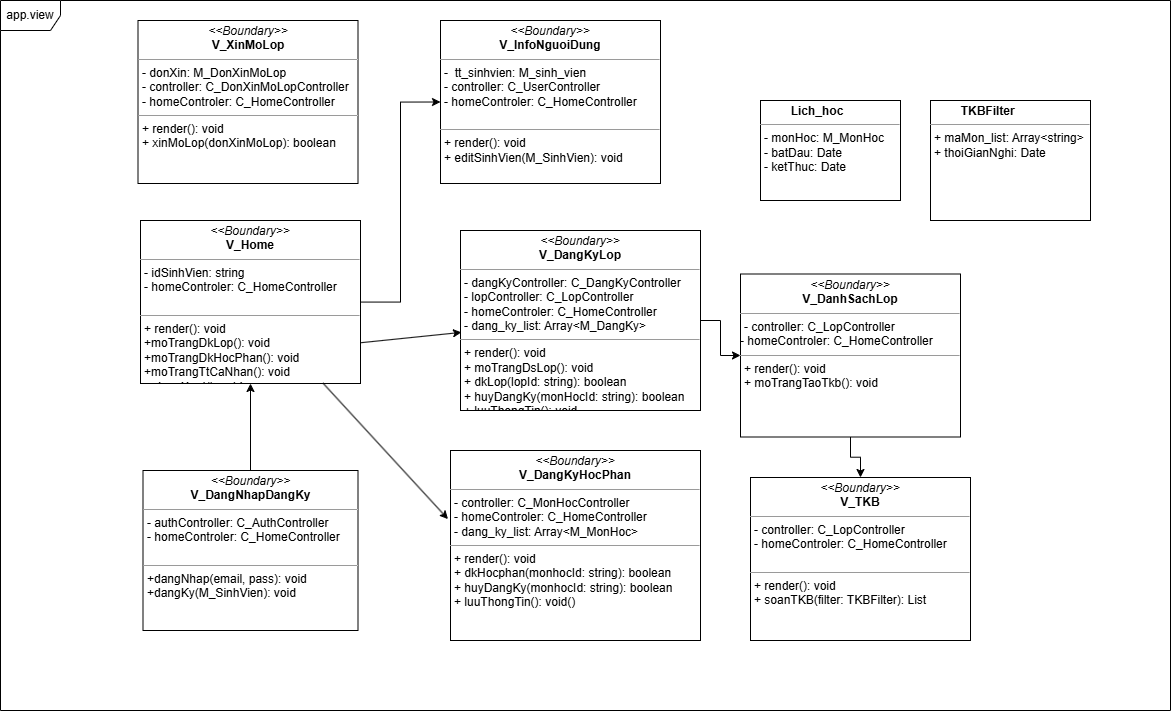
The draw.io diagram Package Diagram/View/View_package_diagram.drawio.png in imvietcuongfrvietnam/PTTKHT, before a commit. Source tidied: cells renumbered, new cells last; positions are measured from the earlier drawing's top-left corner, leaving out a move shared by most shapes.
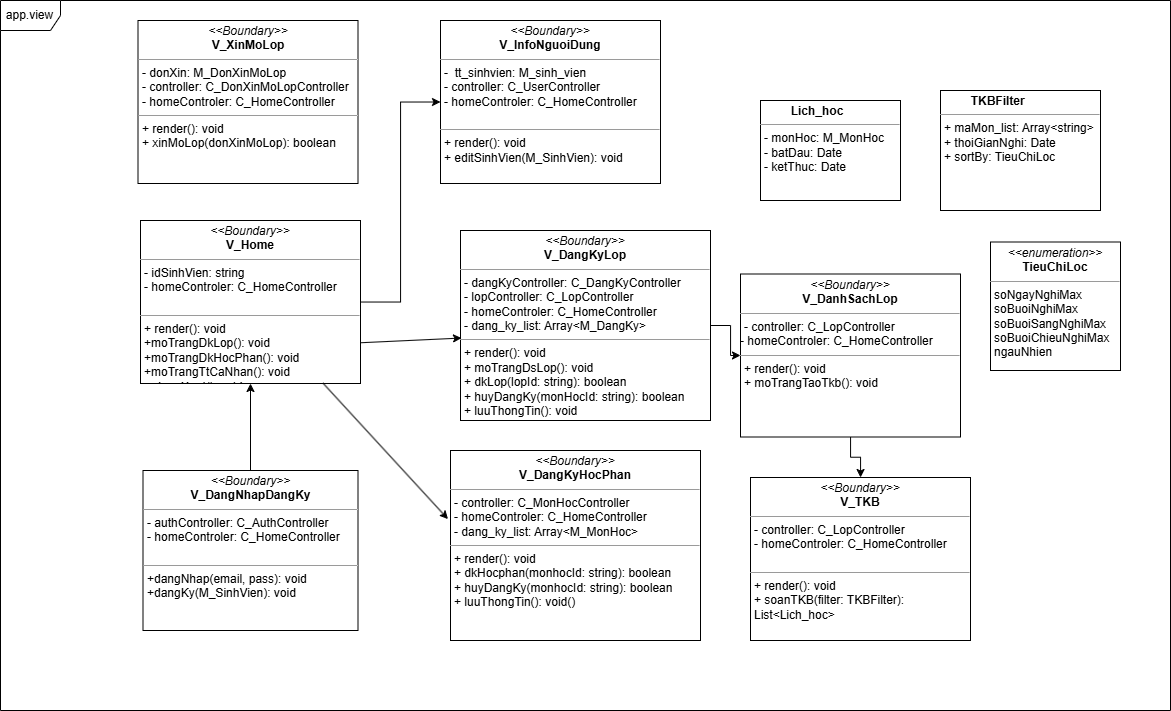
After the change.

Diff of the diagram source:
```diff
@@ -27,19 +27,19 @@
       <mxGeometry relative="1" as="geometry" />
     </mxCell>
     <mxCell id="10" value="&lt;p style=&quot;margin:0px;margin-top:4px;text-align:center;&quot;&gt;&lt;i&gt;&amp;lt;&amp;lt;Boundary&amp;gt;&amp;gt;&lt;/i&gt;&lt;br&gt;&lt;b&gt;V_DangKyLop&lt;/b&gt;&lt;/p&gt;&lt;hr size=&quot;1&quot;&gt;&lt;p style=&quot;margin:0px;margin-left:4px;&quot;&gt;&lt;span style=&quot;background-color: transparent; color: light-dark(rgb(0, 0, 0), rgb(255, 255, 255));&quot;&gt;- dangKyController: C_DangKyController&lt;/span&gt;&lt;/p&gt;&lt;p style=&quot;margin:0px;margin-left:4px;&quot;&gt;&lt;span style=&quot;background-color: transparent; color: light-dark(rgb(0, 0, 0), rgb(255, 255, 255));&quot;&gt;- lopController: C_LopController&lt;/span&gt;&lt;/p&gt;&lt;p style=&quot;margin:0px;margin-left:4px;&quot;&gt;- homeControler: C_HomeController&lt;/p&gt;&lt;p style=&quot;margin:0px;margin-left:4px;&quot;&gt;&lt;span style=&quot;background-color: transparent; color: light-dark(rgb(0, 0, 0), rgb(255, 255, 255));&quot;&gt;- dang_ky_list: Array&amp;lt;M_DangKy&amp;gt;&lt;/span&gt;&lt;/p&gt;&lt;hr size=&quot;1&quot;&gt;&lt;p style=&quot;margin:0px;margin-left:4px;&quot;&gt;+ render(): void&lt;/p&gt;&lt;p style=&quot;margin:0px;margin-left:4px;&quot;&gt;+ moTrangDsLop(): void&lt;/p&gt;&lt;p style=&quot;margin:0px;margin-left:4px;&quot;&gt;+ dkLop(lopId: string): boolean&lt;/p&gt;&lt;p style=&quot;margin:0px;margin-left:4px;&quot;&gt;+ huyDangKy(monHocId: string): boolean&lt;/p&gt;&lt;p style=&quot;margin:0px;margin-left:4px;&quot;&gt;+ luuThongTin(): void&lt;/p&gt;&lt;p style=&quot;margin:0px;margin-left:4px;&quot;&gt;&lt;br&gt;&lt;/p&gt;" style="verticalAlign=top;align=left;overflow=fill;fontSize=12;fontFamily=Helvetica;html=1;rounded=0;shadow=0;comic=0;labelBackgroundColor=none;strokeWidth=1;" parent="1" vertex="1">
-      <mxGeometry x="460" y="230" width="240" height="180" as="geometry" />
+      <mxGeometry x="460" y="230" width="250" height="190" as="geometry" />
     </mxCell>
     <mxCell id="11" value="&lt;p style=&quot;margin:0px;margin-top:4px;text-align:center;&quot;&gt;&lt;i&gt;&amp;lt;&amp;lt;Boundary&amp;gt;&amp;gt;&lt;/i&gt;&lt;br&gt;&lt;b&gt;V_DangKyHocPhan&lt;/b&gt;&lt;/p&gt;&lt;hr size=&quot;1&quot;&gt;&lt;p style=&quot;margin:0px;margin-left:4px;&quot;&gt;&lt;span style=&quot;background-color: transparent; color: light-dark(rgb(0, 0, 0), rgb(255, 255, 255));&quot;&gt;- controller: C_MonHocController&lt;/span&gt;&lt;/p&gt;&lt;p style=&quot;margin:0px;margin-left:4px;&quot;&gt;- homeControler: C_HomeController&lt;/p&gt;&lt;p style=&quot;margin:0px;margin-left:4px;&quot;&gt;&lt;span style=&quot;background-color: transparent; color: light-dark(rgb(0, 0, 0), rgb(255, 255, 255));&quot;&gt;- dang_ky_list: Array&amp;lt;M_MonHoc&amp;gt;&lt;/span&gt;&lt;/p&gt;&lt;hr size=&quot;1&quot;&gt;&lt;p style=&quot;margin:0px;margin-left:4px;&quot;&gt;+ render(): void&lt;/p&gt;&lt;p style=&quot;margin:0px;margin-left:4px;&quot;&gt;+ dkHocphan(monhocId: string): boolean&lt;/p&gt;&lt;p style=&quot;margin:0px;margin-left:4px;&quot;&gt;+ huyDangKy(monhocId: string): boolean&lt;/p&gt;&lt;p style=&quot;margin:0px;margin-left:4px;&quot;&gt;+ luuThongTin(): void()&lt;/p&gt;" style="verticalAlign=top;align=left;overflow=fill;fontSize=12;fontFamily=Helvetica;html=1;rounded=0;shadow=0;comic=0;labelBackgroundColor=none;strokeWidth=1;" parent="1" vertex="1">
       <mxGeometry x="450" y="450" width="250" height="190" as="geometry" />
     </mxCell>
-    <mxCell id="12" value="&lt;p style=&quot;margin:0px;margin-top:4px;text-align:center;&quot;&gt;&lt;i&gt;&amp;lt;&amp;lt;Boundary&amp;gt;&amp;gt;&lt;/i&gt;&lt;br&gt;&lt;b&gt;V_TKB&lt;/b&gt;&lt;/p&gt;&lt;hr size=&quot;1&quot;&gt;&lt;p style=&quot;margin:0px;margin-left:4px;&quot;&gt;&lt;span style=&quot;background-color: transparent; color: light-dark(rgb(0, 0, 0), rgb(255, 255, 255));&quot;&gt;- controller: C_LopController&lt;/span&gt;&lt;/p&gt;&lt;p style=&quot;margin:0px;margin-left:4px;&quot;&gt;- homeControler: C_HomeController&lt;span style=&quot;background-color: transparent; color: light-dark(rgb(0, 0, 0), rgb(255, 255, 255));&quot;&gt;&lt;/span&gt;&lt;/p&gt;&lt;div&gt;&lt;br&gt;&lt;/div&gt;&lt;hr size=&quot;1&quot;&gt;&lt;p style=&quot;margin:0px;margin-left:4px;&quot;&gt;+ render(): void&lt;/p&gt;&lt;p style=&quot;margin:0px;margin-left:4px;&quot;&gt;+ soanTKB(filter: TKBFilter): List&lt;/p&gt;" style="verticalAlign=top;align=left;overflow=fill;fontSize=12;fontFamily=Helvetica;html=1;rounded=0;shadow=0;comic=0;labelBackgroundColor=none;strokeWidth=1;" parent="1" vertex="1">
+    <mxCell id="12" value="&lt;p style=&quot;margin:0px;margin-top:4px;text-align:center;&quot;&gt;&lt;i&gt;&amp;lt;&amp;lt;Boundary&amp;gt;&amp;gt;&lt;/i&gt;&lt;br&gt;&lt;b&gt;V_TKB&lt;/b&gt;&lt;/p&gt;&lt;hr size=&quot;1&quot;&gt;&lt;p style=&quot;margin:0px;margin-left:4px;&quot;&gt;&lt;span style=&quot;background-color: transparent; color: light-dark(rgb(0, 0, 0), rgb(255, 255, 255));&quot;&gt;- controller: C_LopController&lt;/span&gt;&lt;/p&gt;&lt;p style=&quot;margin:0px;margin-left:4px;&quot;&gt;- homeControler: C_HomeController&lt;span style=&quot;background-color: transparent; color: light-dark(rgb(0, 0, 0), rgb(255, 255, 255));&quot;&gt;&lt;/span&gt;&lt;/p&gt;&lt;div&gt;&lt;br&gt;&lt;/div&gt;&lt;hr size=&quot;1&quot;&gt;&lt;p style=&quot;margin:0px;margin-left:4px;&quot;&gt;+ render(): void&lt;/p&gt;&lt;p style=&quot;margin:0px;margin-left:4px;&quot;&gt;+ soanTKB(filter: TKBFilter):&amp;nbsp;&lt;/p&gt;&lt;p style=&quot;margin:0px;margin-left:4px;&quot;&gt;List&amp;lt;Lich_hoc&amp;gt;&lt;/p&gt;" style="verticalAlign=top;align=left;overflow=fill;fontSize=12;fontFamily=Helvetica;html=1;rounded=0;shadow=0;comic=0;labelBackgroundColor=none;strokeWidth=1;" parent="1" vertex="1">
       <mxGeometry x="750" y="477" width="220" height="163" as="geometry" />
     </mxCell>
     <mxCell id="13" value="&lt;p style=&quot;margin:0px;margin-top:4px;text-align:center;&quot;&gt;&lt;/p&gt;&lt;p style=&quot;margin:0px;margin-left:4px;&quot;&gt;&lt;span style=&quot;background-color: transparent; color: light-dark(rgb(0, 0, 0), rgb(255, 255, 255));&quot;&gt;&lt;b&gt;&lt;span style=&quot;white-space: pre;&quot;&gt;&#9;&lt;/span&gt;Lich_hoc&lt;/b&gt;&lt;/span&gt;&lt;/p&gt;&lt;hr size=&quot;1&quot;&gt;&lt;p style=&quot;margin:0px;margin-left:4px;&quot;&gt;- monHoc: M_MonHoc&lt;/p&gt;&lt;p style=&quot;margin:0px;margin-left:4px;&quot;&gt;- batDau: Date&lt;/p&gt;&lt;p style=&quot;margin:0px;margin-left:4px;&quot;&gt;- ketThuc: Date&lt;/p&gt;" style="verticalAlign=top;align=left;overflow=fill;fontSize=12;fontFamily=Helvetica;html=1;rounded=0;shadow=0;comic=0;labelBackgroundColor=none;strokeWidth=1;" parent="1" vertex="1">
       <mxGeometry x="760" y="100" width="140" height="100" as="geometry" />
     </mxCell>
-    <mxCell id="14" value="&lt;p style=&quot;margin:0px;margin-top:4px;text-align:center;&quot;&gt;&lt;/p&gt;&lt;p style=&quot;margin:0px;margin-left:4px;&quot;&gt;&lt;span style=&quot;background-color: transparent; color: light-dark(rgb(0, 0, 0), rgb(255, 255, 255));&quot;&gt;&lt;b&gt;&lt;span style=&quot;white-space: pre;&quot;&gt;&#9;&lt;/span&gt;TKBFilter&lt;/b&gt;&lt;/span&gt;&lt;/p&gt;&lt;hr size=&quot;1&quot;&gt;&lt;p style=&quot;margin:0px;margin-left:4px;&quot;&gt;+ maMon_list: Array&amp;lt;string&amp;gt;&lt;/p&gt;&lt;p style=&quot;margin:0px;margin-left:4px;&quot;&gt;+ thoiGianNghi: Date&lt;/p&gt;" style="verticalAlign=top;align=left;overflow=fill;fontSize=12;fontFamily=Helvetica;html=1;rounded=0;shadow=0;comic=0;labelBackgroundColor=none;strokeWidth=1;" parent="1" vertex="1">
-      <mxGeometry x="930" y="100" width="160" height="120" as="geometry" />
+    <mxCell id="14" value="&lt;p style=&quot;margin:0px;margin-top:4px;text-align:center;&quot;&gt;&lt;/p&gt;&lt;p style=&quot;margin:0px;margin-left:4px;&quot;&gt;&lt;span style=&quot;background-color: transparent; color: light-dark(rgb(0, 0, 0), rgb(255, 255, 255));&quot;&gt;&lt;b&gt;&lt;span style=&quot;white-space: pre;&quot;&gt;&#9;&lt;/span&gt;TKBFilter&lt;/b&gt;&lt;/span&gt;&lt;/p&gt;&lt;hr size=&quot;1&quot;&gt;&lt;p style=&quot;margin:0px;margin-left:4px;&quot;&gt;+ maMon_list: Array&amp;lt;string&amp;gt;&lt;/p&gt;&lt;p style=&quot;margin:0px;margin-left:4px;&quot;&gt;+ thoiGianNghi: Date&lt;br&gt;+ sortBy: TieuChiLoc&lt;/p&gt;" style="verticalAlign=top;align=left;overflow=fill;fontSize=12;fontFamily=Helvetica;html=1;rounded=0;shadow=0;comic=0;labelBackgroundColor=none;strokeWidth=1;" parent="1" vertex="1">
+      <mxGeometry x="940" y="90" width="160" height="120" as="geometry" />
     </mxCell>
     <mxCell id="15" style="endArrow=classic;html=1;rounded=0;exitX=1;exitY=0.75;exitDx=0;exitDy=0;entryX=0.004;entryY=0.566;entryDx=0;entryDy=0;entryPerimeter=0;" parent="1" edge="1" source="3" target="10">
       <mxGeometry relative="1" as="geometry" />
@@ -53,5 +53,8 @@
     <mxCell id="18" value="&lt;p style=&quot;margin:0px;margin-top:4px;text-align:center;&quot;&gt;&lt;i&gt;&amp;lt;&amp;lt;Boundary&amp;gt;&amp;gt;&lt;/i&gt;&lt;br&gt;&lt;b&gt;V_XinMoLop&lt;/b&gt;&lt;/p&gt;&lt;hr size=&quot;1&quot;&gt;&lt;p style=&quot;margin:0px;margin-left:4px;&quot;&gt;- donXin: M_DonXinMoLop&lt;br&gt;&lt;/p&gt;&lt;p style=&quot;margin:0px;margin-left:4px;&quot;&gt;- controller: C_DonXinMoLopController&lt;/p&gt;&lt;p style=&quot;margin:0px;margin-left:4px;&quot;&gt;- homeControler: C_HomeController&lt;/p&gt;&lt;hr size=&quot;1&quot;&gt;&lt;p style=&quot;margin:0px;margin-left:4px;&quot;&gt;+ render(): void&lt;/p&gt;&lt;p style=&quot;margin:0px;margin-left:4px;&quot;&gt;+ xinMoLop(donXinMoLop): boolean&lt;/p&gt;" style="verticalAlign=top;align=left;overflow=fill;fontSize=12;fontFamily=Helvetica;html=1;rounded=0;shadow=0;comic=0;labelBackgroundColor=none;strokeWidth=1;" parent="1" vertex="1">
       <mxGeometry x="137.5" y="20" width="220" height="163" as="geometry" />
     </mxCell>
+    <mxCell id="19" value="&lt;p style=&quot;margin:0px;margin-top:4px;text-align:center;&quot;&gt;&lt;i&gt;&amp;lt;&amp;lt;enumeration&amp;gt;&amp;gt;&lt;/i&gt;&lt;br&gt;&lt;b&gt;TieuChiLoc&lt;/b&gt;&lt;/p&gt;&lt;hr size=&quot;1&quot;&gt;&lt;p style=&quot;margin:0px;margin-left:4px;&quot;&gt;soNgayNghiMax&lt;/p&gt;&lt;p style=&quot;margin:0px;margin-left:4px;&quot;&gt;soBuoiNghiMax&lt;/p&gt;&lt;p style=&quot;margin:0px;margin-left:4px;&quot;&gt;soBuoiSangNghiMax&lt;/p&gt;&lt;p style=&quot;margin:0px;margin-left:4px;&quot;&gt;soBuoiChieuNghiMax&lt;/p&gt;&lt;p style=&quot;margin:0px;margin-left:4px;&quot;&gt;ngauNhien&lt;/p&gt;" style="verticalAlign=top;align=left;overflow=fill;fontSize=12;fontFamily=Helvetica;html=1;rounded=0;shadow=0;comic=0;labelBackgroundColor=none;strokeWidth=1;" parent="1" vertex="1">
+      <mxGeometry x="990" y="241.5" width="130" height="128.5" as="geometry" />
+    </mxCell>
   </root>
 </mxGraphModel>
```
